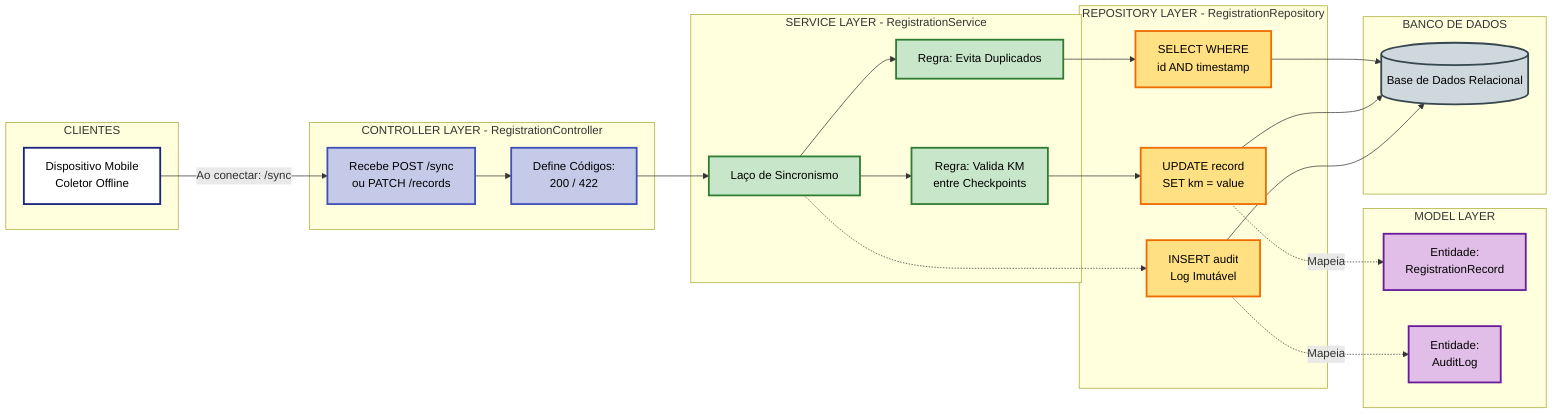
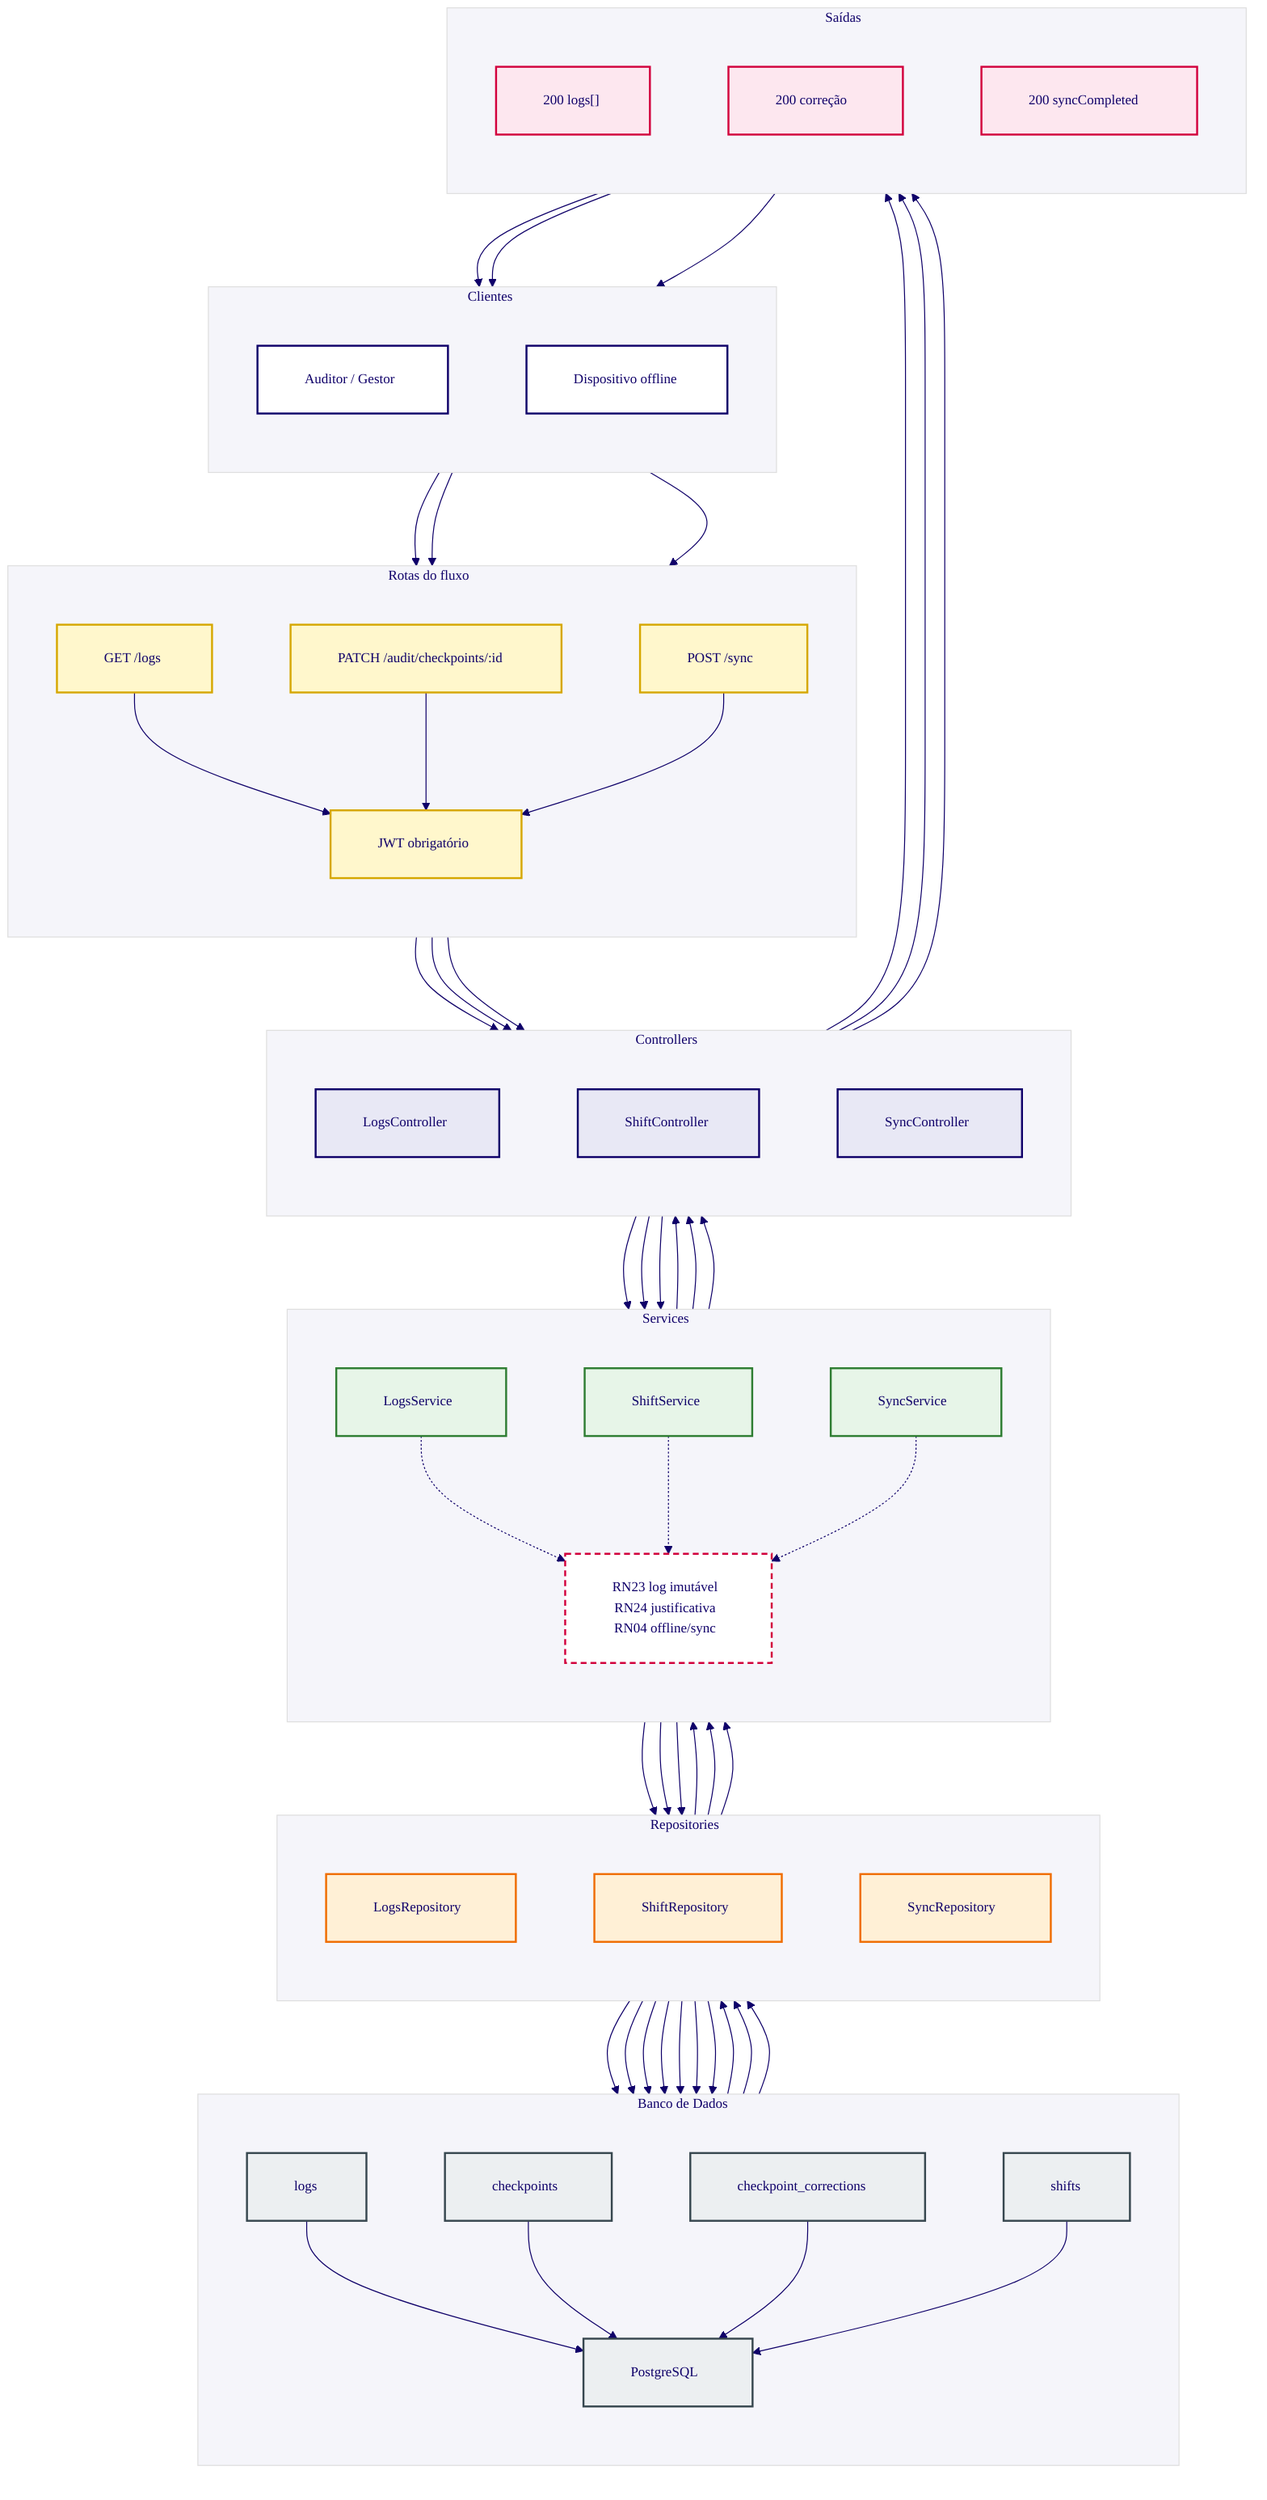
- graph LR
-     %% Configurações Globais de Temas para Alto Contraste
-     classDef client fill:#FFFFFF,stroke:#1A237E,stroke-width:2.5px,color:#000000;
-     classDef controller fill:#C5CAE9,stroke:#3F51B5,stroke-width:2.5px,color:#000000;
-     classDef service fill:#C8E6C9,stroke:#2E7D32,stroke-width:2.5px,color:#000000;
-     classDef repository fill:#FFE082,stroke:#EF6C00,stroke-width:2.5px,color:#000000;
-     classDef model fill:#E1BEE7,stroke:#6A1B9A,stroke-width:2.5px,color:#000000;
-     classDef db fill:#CFD8DC,stroke:#37474F,stroke-width:2.5px,color:#000000;
+ %%{init: {"theme":"base","flowchart":{"htmlLabels":true,"curve":"basis","nodeSpacing":80,"rankSpacing":95,"padding":24},"themeVariables":{"fontFamily":"Arial, sans-serif","fontSize":"14px","primaryColor":"#FFFFFF","primaryTextColor":"#0F0069","primaryBorderColor":"#0F0069","lineColor":"#0F0069","tertiaryColor":"#F5F5FA","tertiaryTextColor":"#0F0069"}}}%%
+ flowchart TB

-     subgraph CLIENTES [CLIENTES]
-         C3[Dispositivo Mobile <br> Coletor Offline]:::client
+     classDef client fill:#FFFFFF,stroke:#0F0069,stroke-width:2px,color:#0F0069;
+     classDef route fill:#FFF7CC,stroke:#D6A700,stroke-width:2px,color:#0F0069;
+     classDef controller fill:#E8E8F5,stroke:#0F0069,stroke-width:2px,color:#0F0069;
+     classDef service fill:#E7F5E8,stroke:#2E7D32,stroke-width:2px,color:#0F0069;
+     classDef repository fill:#FFF0D6,stroke:#EF6C00,stroke-width:2px,color:#0F0069;
+     classDef db fill:#ECEFF1,stroke:#37474F,stroke-width:2px,color:#0F0069;
+     classDef output fill:#FDE7EF,stroke:#D2003C,stroke-width:2px,color:#0F0069;
+     classDef note fill:#FFFFFF,stroke:#D2003C,stroke-width:2px,stroke-dasharray: 6 4,color:#0F0069;
+ 
+     subgraph L1["Clientes"]
+         direction TB
+         C["Auditor / Gestor"]:::client
+         OFF["Dispositivo offline"]:::client
    end

-     subgraph CONTROLLER_LAYER [CONTROLLER LAYER - RegistrationController]
-         A7[Recebe POST /sync <br> ou PATCH /records]:::controller --> A8[Define Códigos: <br> 200 / 422]:::controller
+     subgraph L2["Rotas do fluxo"]
+         direction TB
+         R1["GET /logs"]:::route
+         R2["PATCH /audit/checkpoints/:id"]:::route
+         R3["POST /sync"]:::route
+         AUTH["JWT obrigatório"]:::route
    end

-     subgraph SERVICE_LAYER [SERVICE LAYER - RegistrationService]
-         B7[Laço de Sincronismo]:::service --> B8[Regra: Valida KM <br> entre Checkpoints]:::service
-         B7 --> B9[Regra: Evita Duplicados]:::service
+     subgraph L3["Controllers"]
+         direction TB
+         LC["LogsController"]:::controller
+         SC["ShiftController"]:::controller
+         SYC["SyncController"]:::controller
    end

-     subgraph REPOSITORY_LAYER [REPOSITORY LAYER - RegistrationRepository]
-         D7[SELECT WHERE <br> id AND timestamp]:::repository
-         D8[UPDATE record <br> SET km = value]:::repository
-         D9[INSERT audit <br> Log Imutável]:::repository
+     subgraph L4["Services"]
+         direction TB
+         LS["LogsService"]:::service
+         SS["ShiftService"]:::service
+         SYS["SyncService"]:::service
+         RN["RN23 log imutável<br/>RN24 justificativa<br/>RN04 offline/sync"]:::note
    end

-     subgraph MODEL_LAYER [MODEL LAYER]
-         E6[Entidade: <br> RegistrationRecord]:::model
-         E7[Entidade: <br> AuditLog]:::model
+     subgraph L5["Repositories"]
+         direction TB
+         LR["LogsRepository"]:::repository
+         SR["ShiftRepository"]:::repository
+         SYR["SyncRepository"]:::repository
    end

-     subgraph BANCO_DE_DADOS [BANCO DE DADOS]
-         DB3[(Base de Dados Relacional)]:::db
+     subgraph L6["Banco de Dados"]
+         direction TB
+         DB["PostgreSQL"]:::db
+         LOG["logs"]:::db
+         CP["checkpoints"]:::db
+         CC["checkpoint_corrections"]:::db
+         SH["shifts"]:::db
    end

-     %% Fluxo Linear
-     C3 -->|Ao conectar: /sync| A7
-     A8 --> B7
-     B8 --> D8
-     B9 --> D7
-     B7 -.-> D9
+     subgraph L7["Saídas"]
+         direction TB
+         O1["200 logs[]"]:::output
+         O2["200 correção"]:::output
+         O3["200 syncCompleted"]:::output
+     end

-     D7 --> DB3
-     D8 --> DB3
-     D9 --> DB3
- 
-     D8 -.->|Mapeia| E6
-     D9 -.->|Mapeia| E7+     C --> R1 --> AUTH --> LC --> LS --> LR
+     C --> R2 --> AUTH --> SC --> SS --> SR
+     OFF --> R3 --> AUTH --> SYC --> SYS --> SYR
+     LS -.-> RN
+     SS -.-> RN
+     SYS -.-> RN
+     LR --> LOG
+     SR --> CP
+     SR --> CC
+     SR --> SH
+     SYR --> LOG
+     SYR --> CP
+     SYR --> SH
+     LOG --> DB
+     CP --> DB
+     CC --> DB
+     SH --> DB
+     DB --> LR --> LS --> LC --> O1 --> C
+     DB --> SR --> SS --> SC --> O2 --> C
+     DB --> SYR --> SYS --> SYC --> O3 --> OFF
